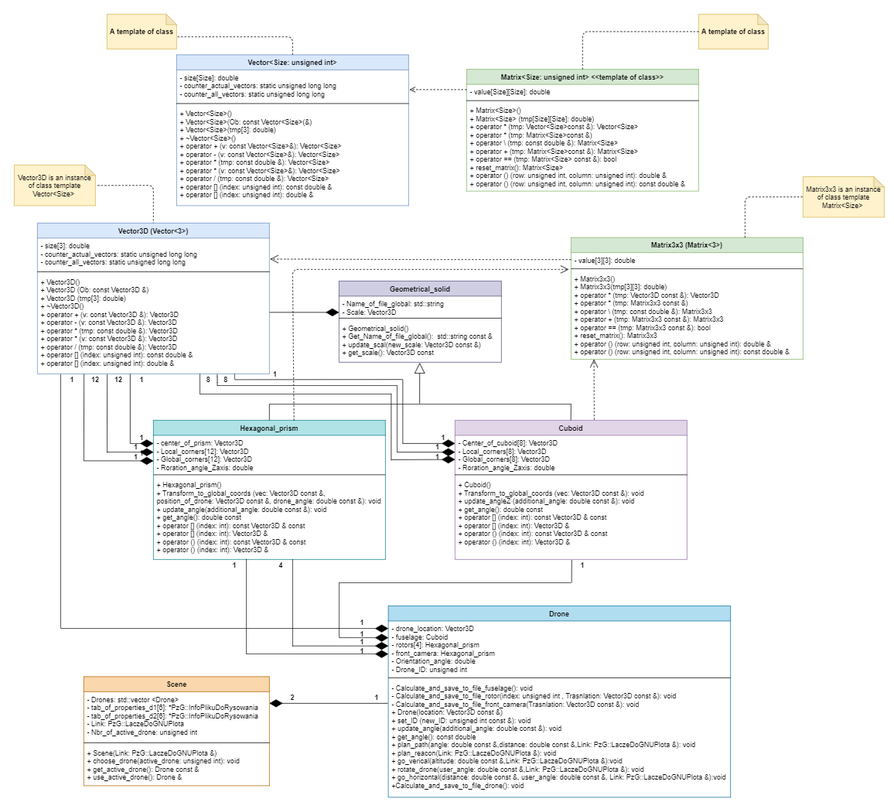
This is UML_dragonfly.png from KPO-2020-2021/zad5_2-Szymon-Sobczak, a draw.io export, as it was before one commit. Source tidied: cells renumbered, new cells last; positions are measured from the earlier drawing's top-left corner, leaving out a move shared by most shapes.
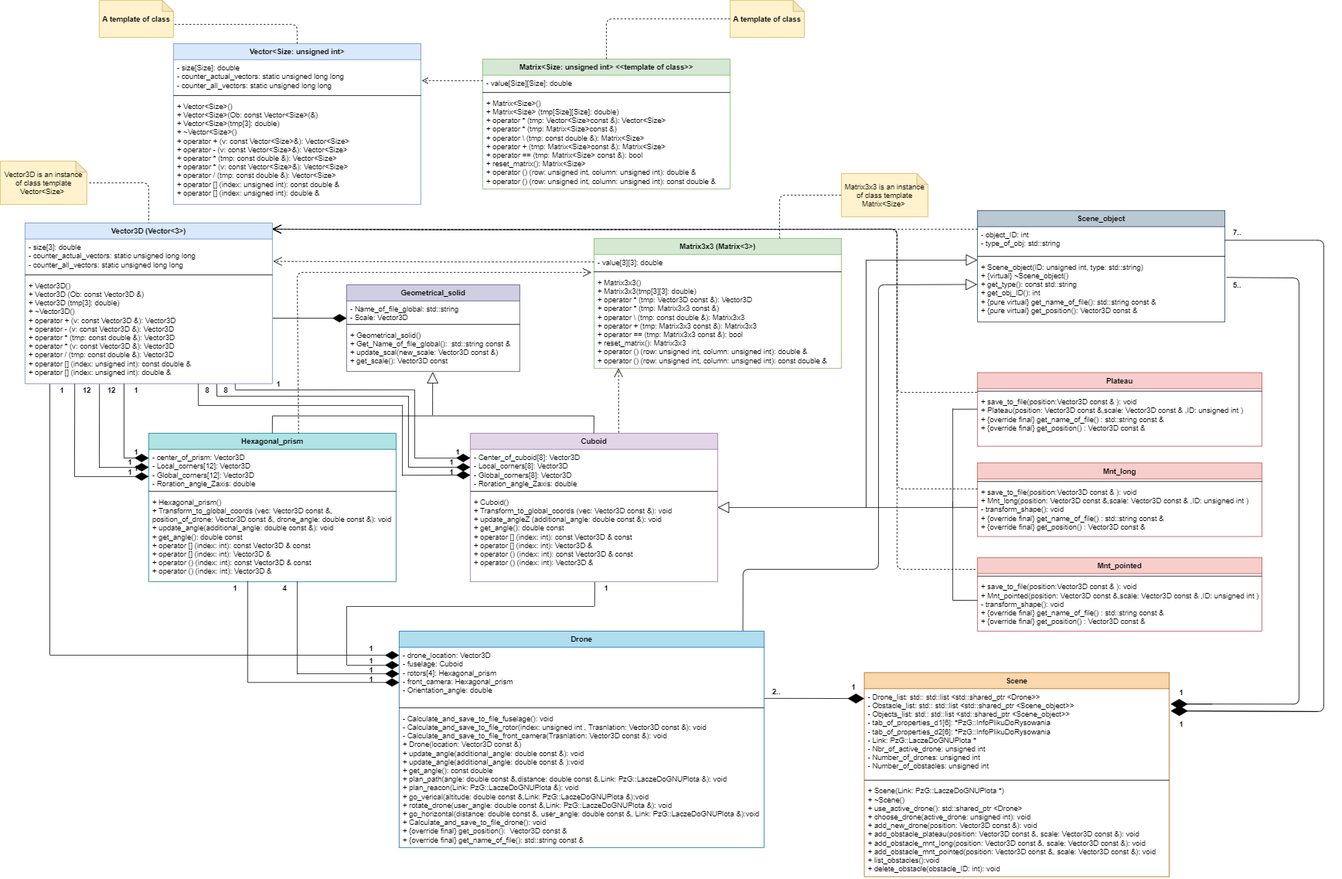
Later version of the same file.

What changed in the source:
```diff
@@ -81,16 +81,16 @@
       </mxGeometry>
     </mxCell>
     <mxCell id="21" value="Drone" style="swimlane;fontStyle=1;align=center;verticalAlign=top;horizontal=1;startSize=26;fillColor=#b1ddf0;strokeColor=#10739e;" parent="1" vertex="1">
-      <mxGeometry x="645" y="1020" width="590" height="330" as="geometry" />
+      <mxGeometry x="645" y="1020" width="590" height="350" as="geometry" />
     </mxCell>
-    <mxCell id="22" value="- drone_location: Vector3D&#10;- fuselage: Cuboid&#10;- rotors[4]: Hexagonal_prism&#10;- front_camera: Hexagonal_prism&#10;- Orientation_angle: double&#10;- Drone_ID: unsigned int&#10;" style="text;strokeColor=none;fillColor=none;align=left;verticalAlign=top;spacingLeft=4;spacingRight=4;overflow=hidden;points=[[0,0.5],[1,0.5]];portConstraint=eastwest;" parent="21" vertex="1">
+    <mxCell id="22" value="- drone_location: Vector3D&#10;- fuselage: Cuboid&#10;- rotors[4]: Hexagonal_prism&#10;- front_camera: Hexagonal_prism&#10;- Orientation_angle: double" style="text;strokeColor=none;fillColor=none;align=left;verticalAlign=top;spacingLeft=4;spacingRight=4;overflow=hidden;points=[[0,0.5],[1,0.5]];portConstraint=eastwest;" parent="21" vertex="1">
       <mxGeometry y="26" width="590" height="94" as="geometry" />
     </mxCell>
     <mxCell id="23" style="line;strokeWidth=1;fillColor=none;align=left;verticalAlign=middle;spacingTop=-1;spacingLeft=3;spacingRight=3;labelPosition=right;" parent="21" vertex="1">
       <mxGeometry y="120" width="590" height="8" as="geometry" />
     </mxCell>
-    <mxCell id="24" value="- Calculate_and_save_to_file_fuselage(): void&#10;- Calculate_and_save_to_file_rotor(index: unsigned int , Trasnlation: Vector3D const &amp;): void&#10;- Calculate_and_save_to_file_front_camera(Trasnlation: Vector3D const &amp;): void &#10;+ Drone(location: Vector3D const &amp;)&#10;+ set_ID (new_ID: unsigned int const &amp;): void&#10;+ update_angle(additional_angle: double const &amp;): void&#10;+ get_angle(): const double &#10;+ plan_path(angle: double const &amp;,distance: double const &amp;,Link: PzG::LaczeDoGNUPlota &amp;): void&#10;+ plan_reacon(Link: PzG::LaczeDoGNUPlota &amp;): void&#10;+ go_verical(altitude: double const &amp;,Link: PzG::LaczeDoGNUPlota &amp;):void&#10;+ rotate_drone(user_angle: double const &amp;,Link: PzG::LaczeDoGNUPlota &amp;): void&#10;+ go_horizontal(distance: double const &amp;, user_angle: double const &amp;, Link: PzG::LaczeDoGNUPlota &amp;):void&#10;+Calculate_and_save_to_file_drone(): void&#10;" style="text;strokeColor=none;fillColor=none;align=left;verticalAlign=top;spacingLeft=4;spacingRight=4;overflow=hidden;" parent="21" vertex="1">
-      <mxGeometry y="128" width="590" height="202" as="geometry" />
+    <mxCell id="24" value="- Calculate_and_save_to_file_fuselage(): void&#10;- Calculate_and_save_to_file_rotor(index: unsigned int , Trasnlation: Vector3D const &amp;): void&#10;- Calculate_and_save_to_file_front_camera(Trasnlation: Vector3D const &amp;): void &#10;+ Drone(location: Vector3D const &amp;)&#10;+ update_angle(additional_angle: double const &amp;): void&#10;+ update_angle(additional_angle: double const &amp; ):void&#10;+ get_angle(): const double &#10;+ plan_path(angle: double const &amp;,distance: double const &amp;,Link: PzG::LaczeDoGNUPlota &amp;): void&#10;+ plan_reacon(Link: PzG::LaczeDoGNUPlota &amp;): void&#10;+ go_verical(altitude: double const &amp;,Link: PzG::LaczeDoGNUPlota &amp;):void&#10;+ rotate_drone(user_angle: double const &amp;,Link: PzG::LaczeDoGNUPlota &amp;): void&#10;+ go_horizontal(distance: double const &amp;, user_angle: double const &amp;, Link: PzG::LaczeDoGNUPlota &amp;):void&#10;+ Calculate_and_save_to_file_drone(): void&#10;+ {override final} get_position():  Vector3D const &amp;&#10;+ {override final} get_name_of_file(): std::string const &amp;&#10;" style="text;strokeColor=none;fillColor=none;align=left;verticalAlign=top;spacingLeft=4;spacingRight=4;overflow=hidden;" parent="21" vertex="1">
+      <mxGeometry y="128" width="590" height="222" as="geometry" />
     </mxCell>
     <mxCell id="25" style="endArrow=diamondThin;endFill=1;endSize=20;html=1;" parent="1" edge="1">
       <mxGeometry relative="1" as="geometry">
@@ -157,28 +157,22 @@
       <mxGeometry x="440" y="940" width="40" height="20" as="geometry" />
     </mxCell>
     <mxCell id="39" value="Scene" style="swimlane;fontStyle=1;align=center;verticalAlign=top;horizontal=1;startSize=26;fillColor=#fad7ac;strokeColor=#b46504;" parent="1" vertex="1">
-      <mxGeometry x="120" y="1142" width="320" height="188" as="geometry" />
+      <mxGeometry x="1397" y="1087" width="492.9" height="330" as="geometry" />
     </mxCell>
-    <mxCell id="40" value="- Drones: std::vector &lt;Drone&gt;&#10;- tab_of_properties_d1[6]: *PzG::InfoPlikuDoRysowania&#10;- tab_of_properties_d2[6]: *PzG::InfoPlikuDoRysowania&#10;- Link: PzG::LaczeDoGNUPlota&#10;- Nbr_of_active_drone: unsigned int" style="text;strokeColor=none;fillColor=none;align=left;verticalAlign=top;spacingLeft=4;spacingRight=4;overflow=hidden;points=[[0,0.5],[1,0.5]];portConstraint=eastwest;" parent="39" vertex="1">
-      <mxGeometry y="26" width="320" height="84" as="geometry" />
+    <mxCell id="40" value="- Drone_list: std:: std::list &lt;std::shared_ptr &lt;Drone&gt;&gt;&#10;- Obstacle_list: std:: std::list &lt;std::shared_ptr &lt;Scene_object&gt;&gt;&#10;- Objects_list: std:: std::list &lt;std::shared_ptr &lt;Scene_object&gt;&gt;&#10;- tab_of_properties_d1[6]: *PzG::InfoPlikuDoRysowania&#10;- tab_of_properties_d2[6]: *PzG::InfoPlikuDoRysowania&#10;- Link: PzG::LaczeDoGNUPlota *&#10;- Nbr_of_active_drone: unsigned int&#10;- Number_of_drones: unsigned int&#10;- Number_of_obstacles: unsigned int" style="text;strokeColor=none;fillColor=none;align=left;verticalAlign=top;spacingLeft=4;spacingRight=4;overflow=hidden;points=[[0,0.5],[1,0.5]];portConstraint=eastwest;" parent="39" vertex="1">
+      <mxGeometry y="26" width="492.9" height="144" as="geometry" />
     </mxCell>
     <mxCell id="41" style="line;strokeWidth=1;fillColor=none;align=left;verticalAlign=middle;spacingTop=-1;spacingLeft=3;spacingRight=3;labelPosition=right;" parent="39" vertex="1">
-      <mxGeometry y="110" width="320" height="8" as="geometry" />
+      <mxGeometry y="170" width="492.9" height="8" as="geometry" />
     </mxCell>
-    <mxCell id="42" value="+ Scene(Link: PzG::LaczeDoGNUPlota &amp;)&#10;+ choose_drone(active_drone: unsigned int): void&#10;+ get_active_drone(): Drone const &amp;&#10;+ use_active_drone(): Drone &amp;&#10;&#10;&#10;" style="text;strokeColor=none;fillColor=none;align=left;verticalAlign=top;spacingLeft=4;spacingRight=4;overflow=hidden;" parent="39" vertex="1">
-      <mxGeometry y="118" width="320" height="70" as="geometry" />
+    <mxCell id="42" value="+ Scene(Link: PzG::LaczeDoGNUPlota *)&#10;+ ~Scene()&#10;+ use_active_drone(): std::shared_ptr &lt;Drone&gt;&#10;+ choose_drone(active_drone: unsigned int): void&#10;+ add_new_drone(position: Vector3D const &amp;): void &#10;+ add_obstacle_plateau(position: Vector3D const &amp;, scale: Vector3D const &amp;): void&#10;+ add_obstacle_mnt_long(position: Vector3D const &amp;, scale: Vector3D const &amp;): void &#10;+ add_obstacle_mnt_pointed(position: Vector3D const &amp;, scale: Vector3D const &amp;): void  &#10;+ list_obstacles():void&#10;+ delete_obstacle(obstacle_ID: int): void" style="text;strokeColor=none;fillColor=none;align=left;verticalAlign=top;spacingLeft=4;spacingRight=4;overflow=hidden;" parent="39" vertex="1">
+      <mxGeometry y="178" width="492.9" height="152" as="geometry" />
     </mxCell>
-    <mxCell id="43" style="endArrow=diamondThin;endFill=1;endSize=20;html=1;" parent="1" edge="1">
-      <mxGeometry relative="1" as="geometry">
-        <mxPoint x="644" y="1188" as="sourcePoint" />
-        <mxPoint x="440" y="1188" as="targetPoint" />
-      </mxGeometry>
-    </mxCell>
-    <mxCell id="44" value="&lt;b&gt;2&lt;/b&gt;" style="text;html=1;strokeColor=none;fillColor=none;align=center;verticalAlign=middle;whiteSpace=wrap;rounded=0;" parent="1" vertex="1">
-      <mxGeometry x="460" y="1168" width="40" height="20" as="geometry" />
+    <mxCell id="44" value="&lt;b&gt;2..&lt;/b&gt;" style="text;html=1;strokeColor=none;fillColor=none;align=center;verticalAlign=middle;whiteSpace=wrap;rounded=0;" parent="1" vertex="1">
+      <mxGeometry x="1235" y="1107" width="40" height="20" as="geometry" />
     </mxCell>
     <mxCell id="45" value="&lt;b&gt;1&lt;/b&gt;" style="text;html=1;strokeColor=none;fillColor=none;align=center;verticalAlign=middle;whiteSpace=wrap;rounded=0;" parent="1" vertex="1">
-      <mxGeometry x="605" y="1168" width="40" height="20" as="geometry" />
+      <mxGeometry x="1360" y="1100" width="40" height="20" as="geometry" />
     </mxCell>
     <mxCell id="46" value="Vector3D (Vector&lt;3&gt;)" style="swimlane;fontStyle=1;align=center;verticalAlign=top;horizontal=1;startSize=26;fillColor=#dae8fc;strokeColor=#6c8ebf;" parent="1" vertex="1">
       <mxGeometry x="40" y="360" width="400" height="260" as="geometry" />
@@ -453,5 +447,186 @@
         </Array>
       </mxGeometry>
     </mxCell>
+    <mxCell id="108" value="Scene_object" style="swimlane;fontStyle=1;align=center;verticalAlign=top;horizontal=1;startSize=26;fillColor=#bac8d3;strokeColor=#23445d;" parent="1" vertex="1">
+      <mxGeometry x="1580" y="340" width="400" height="180" as="geometry" />
+    </mxCell>
+    <mxCell id="109" value="- object_ID: int&#10;- type_of_obj: std::string&#10;&#10;" style="text;strokeColor=none;fillColor=none;align=left;verticalAlign=top;spacingLeft=4;spacingRight=4;overflow=hidden;points=[[0,0.5],[1,0.5]];portConstraint=eastwest;" parent="108" vertex="1">
+      <mxGeometry y="26" width="400" height="44" as="geometry" />
+    </mxCell>
+    <mxCell id="110" style="line;strokeWidth=1;fillColor=none;align=left;verticalAlign=middle;spacingTop=-1;spacingLeft=3;spacingRight=3;labelPosition=right;" parent="108" vertex="1">
+      <mxGeometry y="70" width="400" height="8" as="geometry" />
+    </mxCell>
+    <mxCell id="111" value="+ Scene_object(ID: unsigned int, type: std::string)&#10;+ {virtual} ~Scene_object()&#10;+ get_type(): const std::string&#10;+ get_obj_ID(): int&#10;+ {pure virtual} get_name_of_file(): std::string const &amp;&#10;+ {pure virtual} get_position(): Vector3D const &amp;&#10;&#10;" style="text;strokeColor=none;fillColor=none;align=left;verticalAlign=top;spacingLeft=4;spacingRight=4;overflow=hidden;points=[[0,0.5],[1,0.5]];portConstraint=eastwest;" parent="108" vertex="1">
+      <mxGeometry y="78" width="400" height="102" as="geometry" />
+    </mxCell>
+    <mxCell id="112" value="Plateau" style="swimlane;fontStyle=1;align=center;verticalAlign=top;horizontal=1;startSize=26;fillColor=#f8cecc;strokeColor=#b85450;" parent="1" vertex="1">
+      <mxGeometry x="1580" y="602" width="460" height="119" as="geometry" />
+    </mxCell>
+    <mxCell id="113" style="line;strokeWidth=1;fillColor=none;align=left;verticalAlign=middle;spacingTop=-1;spacingLeft=3;spacingRight=3;labelPosition=right;points=[];portConstraint=eastwest;" parent="112" vertex="1">
+      <mxGeometry y="26" width="460" height="8" as="geometry" />
+    </mxCell>
+    <mxCell id="114" value="+ save_to_file(position:Vector3D const &amp; ): void&#10;+ Plateau(position: Vector3D const &amp;,scale: Vector3D const &amp; ,ID: unsigned int )&#10;+ {override final} get_name_of_file() : std::string const &amp;&#10;+ {override final} get_position() : Vector3D const &amp;" style="text;strokeColor=none;fillColor=none;align=left;verticalAlign=top;spacingLeft=4;spacingRight=4;overflow=hidden;" parent="112" vertex="1">
+      <mxGeometry y="34" width="460" height="85" as="geometry" />
+    </mxCell>
+    <mxCell id="115" value="Mnt_long" style="swimlane;fontStyle=1;align=center;verticalAlign=top;horizontal=1;startSize=26;fillColor=#f8cecc;strokeColor=#b85450;" parent="1" vertex="1">
+      <mxGeometry x="1580" y="748" width="460" height="119" as="geometry" />
+    </mxCell>
+    <mxCell id="116" style="line;strokeWidth=1;fillColor=none;align=left;verticalAlign=middle;spacingTop=-1;spacingLeft=3;spacingRight=3;labelPosition=right;" parent="115" vertex="1">
+      <mxGeometry y="26" width="460" height="8" as="geometry" />
+    </mxCell>
+    <mxCell id="117" value="+ save_to_file(position:Vector3D const &amp; ): void&#10;+ Mnt_long(position: Vector3D const &amp;,scale: Vector3D const &amp; ,ID: unsigned int )&#10;- transform_shape(): void&#10;+ {override final} get_name_of_file() : std::string const &amp;&#10;+ {override final} get_position() : Vector3D const &amp;" style="text;strokeColor=none;fillColor=none;align=left;verticalAlign=top;spacingLeft=4;spacingRight=4;overflow=hidden;points=[[0,0.5],[1,0.5]];portConstraint=eastwest;" parent="115" vertex="1">
+      <mxGeometry y="34" width="460" height="85" as="geometry" />
+    </mxCell>
+    <mxCell id="118" value="Mnt_pointed" style="swimlane;fontStyle=1;align=center;verticalAlign=top;horizontal=1;startSize=26;fillColor=#f8cecc;strokeColor=#b85450;" parent="1" vertex="1">
+      <mxGeometry x="1580" y="901" width="460" height="119" as="geometry" />
+    </mxCell>
+    <mxCell id="119" style="line;strokeWidth=1;fillColor=none;align=left;verticalAlign=middle;spacingTop=-1;spacingLeft=3;spacingRight=3;labelPosition=right;" parent="118" vertex="1">
+      <mxGeometry y="26" width="460" height="8" as="geometry" />
+    </mxCell>
+    <mxCell id="120" value="+ save_to_file(position:Vector3D const &amp; ): void&#10;+ Mnt_pointed(position: Vector3D const &amp;,scale: Vector3D const &amp; ,ID: unsigned int )&#10;- transform_shape(): void&#10;+ {override final} get_name_of_file() : std::string const &amp;&#10;+ {override final} get_position() : Vector3D const &amp;" style="text;strokeColor=none;fillColor=none;align=left;verticalAlign=top;spacingLeft=4;spacingRight=4;overflow=hidden;" parent="118" vertex="1">
+      <mxGeometry y="34" width="460" height="85" as="geometry" />
+    </mxCell>
+    <mxCell id="121" style="endArrow=block;endSize=16;endFill=0;html=1;" parent="1" edge="1">
+      <mxGeometry relative="1" as="geometry">
+        <mxPoint x="1540" y="820" as="sourcePoint" />
+        <mxPoint x="1160" y="820" as="targetPoint" />
+      </mxGeometry>
+    </mxCell>
+    <mxCell id="122" style="endArrow=none;html=1;" parent="1" edge="1">
+      <mxGeometry relative="1" as="geometry">
+        <mxPoint x="1540" y="820" as="sourcePoint" />
+        <mxPoint x="1540" y="660" as="targetPoint" />
+      </mxGeometry>
+    </mxCell>
+    <mxCell id="123" style="endArrow=none;html=1;" parent="1" edge="1">
+      <mxGeometry relative="1" as="geometry">
+        <mxPoint x="1540" y="819.9" as="sourcePoint" />
+        <mxPoint x="1580" y="820" as="targetPoint" />
+      </mxGeometry>
+    </mxCell>
+    <mxCell id="124" style="endArrow=none;html=1;" parent="1" edge="1">
+      <mxGeometry relative="1" as="geometry">
+        <mxPoint x="1540" y="661.2" as="sourcePoint" />
+        <mxPoint x="1580" y="661" as="targetPoint" />
+      </mxGeometry>
+    </mxCell>
+    <mxCell id="125" style="endArrow=none;html=1;" parent="1" edge="1">
+      <mxGeometry relative="1" as="geometry">
+        <mxPoint x="1540" y="970" as="sourcePoint" />
+        <mxPoint x="1540" y="810" as="targetPoint" />
+      </mxGeometry>
+    </mxCell>
+    <mxCell id="126" style="endArrow=none;html=1;" parent="1" edge="1">
+      <mxGeometry relative="1" as="geometry">
+        <mxPoint x="1540" y="970.2" as="sourcePoint" />
+        <mxPoint x="1580" y="970" as="targetPoint" />
+      </mxGeometry>
+    </mxCell>
+    <mxCell id="127" style="endArrow=block;endSize=16;endFill=0;html=1;" parent="1" edge="1">
+      <mxGeometry relative="1" as="geometry">
+        <mxPoint x="1400" y="420" as="sourcePoint" />
+        <mxPoint x="1580" y="420" as="targetPoint" />
+      </mxGeometry>
+    </mxCell>
+    <mxCell id="128" style="endArrow=none;html=1;" parent="1" edge="1">
+      <mxGeometry relative="1" as="geometry">
+        <mxPoint x="1400" y="820" as="sourcePoint" />
+        <mxPoint x="1400" y="420" as="targetPoint" />
+      </mxGeometry>
+    </mxCell>
+    <mxCell id="129" style="endArrow=open;endSize=12;dashed=1;html=1;strokeWidth=1;entryX=1.003;entryY=0.669;entryDx=0;entryDy=0;entryPerimeter=0;" parent="1" edge="1">
+      <mxGeometry relative="1" as="geometry">
+        <mxPoint x="1580" y="370" as="sourcePoint" />
+        <mxPoint x="440" y="370" as="targetPoint" />
+        <Array as="points">
+          <mxPoint x="718.8" y="370.9" />
+        </Array>
+      </mxGeometry>
+    </mxCell>
+    <mxCell id="130" style="endArrow=open;endSize=12;dashed=1;html=1;strokeWidth=1;entryX=1.003;entryY=0.669;entryDx=0;entryDy=0;entryPerimeter=0;exitX=-0.002;exitY=0.75;exitDx=0;exitDy=0;exitPerimeter=0;" parent="1" edge="1" source="113">
+      <mxGeometry relative="1" as="geometry">
+        <mxPoint x="440" y="370" as="targetPoint" />
+        <Array as="points">
+          <mxPoint x="1450" y="634" />
+          <mxPoint x="1450" y="370" />
+          <mxPoint x="718.8" y="370.9" />
+        </Array>
+      </mxGeometry>
+    </mxCell>
+    <mxCell id="131" style="endArrow=open;endSize=12;dashed=1;html=1;strokeWidth=1;entryX=1.003;entryY=0.669;entryDx=0;entryDy=0;entryPerimeter=0;exitX=0;exitY=0.094;exitDx=0;exitDy=0;exitPerimeter=0;" parent="1" edge="1" source="117">
+      <mxGeometry relative="1" as="geometry">
+        <mxPoint x="439.9" y="370" as="targetPoint" />
+        <Array as="points">
+          <mxPoint x="1450" y="790" />
+          <mxPoint x="1449.9" y="370" />
+          <mxPoint x="718.7" y="370.9" />
+        </Array>
+      </mxGeometry>
+    </mxCell>
+    <mxCell id="132" style="endArrow=open;endSize=12;dashed=1;html=1;strokeWidth=1;entryX=1.003;entryY=0.669;entryDx=0;entryDy=0;entryPerimeter=0;exitX=-0.007;exitY=0.16;exitDx=0;exitDy=0;exitPerimeter=0;" parent="1" edge="1" source="118">
+      <mxGeometry relative="1" as="geometry">
+        <mxPoint x="439.9" y="370" as="targetPoint" />
+        <Array as="points">
+          <mxPoint x="1450" y="920" />
+          <mxPoint x="1449.9" y="370" />
+          <mxPoint x="718.7" y="370.9" />
+        </Array>
+      </mxGeometry>
+    </mxCell>
+    <mxCell id="133" style="endArrow=diamondThin;endFill=0;endSize=24;html=1;exitX=1.007;exitY=0.299;exitDx=0;exitDy=0;exitPerimeter=0;entryX=1.005;entryY=0.172;entryDx=0;entryDy=0;entryPerimeter=0;" parent="1" edge="1" target="40">
+      <mxGeometry relative="1" as="geometry">
+        <mxPoint x="1982.8" y="448" as="sourcePoint" />
+        <Array as="points">
+          <mxPoint x="2100" y="449" />
+          <mxPoint x="2100" y="1138" />
+        </Array>
+      </mxGeometry>
+    </mxCell>
+    <mxCell id="134" style="endArrow=diamondThin;endFill=0;endSize=24;html=1;entryX=1.006;entryY=0.25;entryDx=0;entryDy=0;entryPerimeter=0;exitX=1;exitY=0.5;exitDx=0;exitDy=0;" parent="1" edge="1" source="109" target="40">
+      <mxGeometry relative="1" as="geometry">
+        <Array as="points">
+          <mxPoint x="2140" y="388" />
+          <mxPoint x="2140" y="1150" />
+        </Array>
+      </mxGeometry>
+    </mxCell>
+    <mxCell id="135" style="endArrow=block;endSize=16;endFill=0;html=1;entryX=-0.001;entryY=0.406;entryDx=0;entryDy=0;entryPerimeter=0;exitX=0.942;exitY=-0.002;exitDx=0;exitDy=0;exitPerimeter=0;" parent="1" edge="1" source="21" target="111">
+      <mxGeometry relative="1" as="geometry">
+        <Array as="points">
+          <mxPoint x="1201" y="920" />
+          <mxPoint x="1420" y="920" />
+          <mxPoint x="1420" y="460" />
+        </Array>
+      </mxGeometry>
+    </mxCell>
+    <mxCell id="136" value="&lt;b&gt;5..&lt;/b&gt;" style="text;html=1;strokeColor=none;fillColor=none;align=center;verticalAlign=middle;whiteSpace=wrap;rounded=0;" parent="1" vertex="1">
+      <mxGeometry x="1980" y="450" width="40" height="20" as="geometry" />
+    </mxCell>
+    <mxCell id="137" value="&lt;b&gt;7..&lt;/b&gt;" style="text;html=1;strokeColor=none;fillColor=none;align=center;verticalAlign=middle;whiteSpace=wrap;rounded=0;" parent="1" vertex="1">
+      <mxGeometry x="1980" y="365" width="40" height="20" as="geometry" />
+    </mxCell>
+    <mxCell id="138" value="&lt;b&gt;1&lt;/b&gt;" style="text;html=1;strokeColor=none;fillColor=none;align=center;verticalAlign=middle;whiteSpace=wrap;rounded=0;" parent="1" vertex="1">
+      <mxGeometry x="1890" y="1109" width="40" height="20" as="geometry" />
+    </mxCell>
+    <mxCell id="139" value="&lt;b&gt;1&lt;/b&gt;" style="text;html=1;strokeColor=none;fillColor=none;align=center;verticalAlign=middle;whiteSpace=wrap;rounded=0;" parent="1" vertex="1">
+      <mxGeometry x="1890" y="1160" width="40" height="20" as="geometry" />
+    </mxCell>
+    <mxCell id="140" style="endArrow=diamondThin;endFill=1;endSize=24;html=1;" parent="1" edge="1">
+      <mxGeometry relative="1" as="geometry">
+        <mxPoint x="1960" y="1138" as="sourcePoint" />
+        <mxPoint x="1893" y="1138" as="targetPoint" />
+      </mxGeometry>
+    </mxCell>
+    <mxCell id="141" style="endArrow=diamondThin;endFill=1;endSize=24;html=1;" parent="1" edge="1">
+      <mxGeometry relative="1" as="geometry">
+        <mxPoint x="2130" y="1150" as="sourcePoint" />
+        <mxPoint x="1893" y="1149" as="targetPoint" />
+      </mxGeometry>
+    </mxCell>
+    <mxCell id="142" style="endArrow=diamondThin;endFill=1;endSize=24;html=1;exitX=1.001;exitY=0.879;exitDx=0;exitDy=0;exitPerimeter=0;" parent="1" edge="1" source="22">
+      <mxGeometry relative="1" as="geometry">
+        <mxPoint x="1397" y="1129" as="targetPoint" />
+      </mxGeometry>
+    </mxCell>
   </root>
 </mxGraphModel>
```
